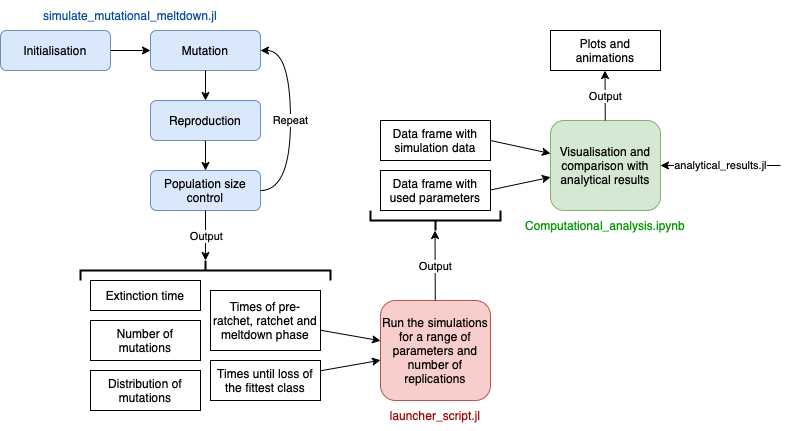
Earlier version of the draw.io export Flowchart.png (LucyL-J/Time-to-mutational-meltdown). Source tidied: cells renumbered, new cells last; positions are measured from the earlier drawing's top-left corner, leaving out a move shared by most shapes.
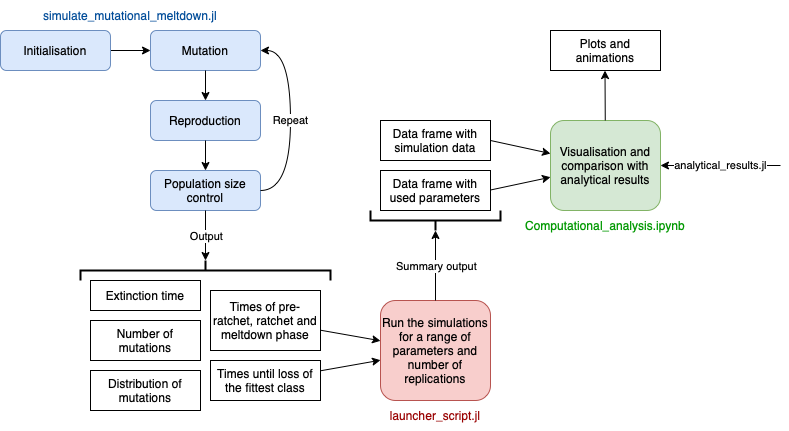
Later version of the same file.

What changed in the source:
```diff
@@ -61,14 +61,6 @@
     <mxCell id="19" value="Run the simulations for a range of parameters and number of replications" style="rounded=1;whiteSpace=wrap;html=1;fillColor=#f8cecc;strokeColor=#b85450;" parent="1" vertex="1">
       <mxGeometry x="380" y="300" width="110" height="100" as="geometry" />
     </mxCell>
-    <mxCell id="20" style="endArrow=classic;html=1;rounded=0;" parent="1" edge="1" source="19">
-      <mxGeometry relative="1" as="geometry">
-        <mxPoint x="434.5" y="230" as="targetPoint" />
-      </mxGeometry>
-    </mxCell>
-    <mxCell id="21" value="Output" style="edgeLabel;html=1;align=center;verticalAlign=middle;" parent="20" vertex="1">
-      <mxGeometry relative="1" as="geometry" />
-    </mxCell>
     <mxCell id="22" value="Data frame with simulation data" style="rounded=0;whiteSpace=wrap;html=1;" parent="1" vertex="1">
       <mxGeometry x="380" y="120" width="110" height="40" as="geometry" />
     </mxCell>
@@ -104,9 +96,6 @@
         <mxPoint x="604.5" y="70" as="targetPoint" />
       </mxGeometry>
     </mxCell>
-    <mxCell id="31" value="Output" style="edgeLabel;html=1;align=center;verticalAlign=middle;" parent="30" vertex="1">
-      <mxGeometry relative="1" as="geometry" />
-    </mxCell>
     <mxCell id="32" value="Plots and animations" style="rounded=0;whiteSpace=wrap;html=1;" parent="1" vertex="1">
       <mxGeometry x="550" y="30" width="110" height="40" as="geometry" />
     </mxCell>
@@ -119,5 +108,13 @@
     <mxCell id="35" value="&lt;font color=&quot;#009900&quot;&gt;Computational_analysis.ipynb&lt;/font&gt;" style="text;html=1;strokeColor=none;fillColor=none;align=center;verticalAlign=middle;whiteSpace=wrap;rounded=0;fontColor=#004C99;rotation=0;" parent="1" vertex="1">
       <mxGeometry x="505" y="210" width="200" height="30" as="geometry" />
     </mxCell>
+    <mxCell id="36" style="endArrow=classic;html=1;rounded=0;" parent="1" edge="1" source="19">
+      <mxGeometry relative="1" as="geometry">
+        <mxPoint x="435" y="230" as="targetPoint" />
+      </mxGeometry>
+    </mxCell>
+    <mxCell id="37" value="Summary output" style="edgeLabel;html=1;align=center;verticalAlign=middle;" parent="36" vertex="1">
+      <mxGeometry relative="1" as="geometry" />
+    </mxCell>
   </root>
 </mxGraphModel>
```
